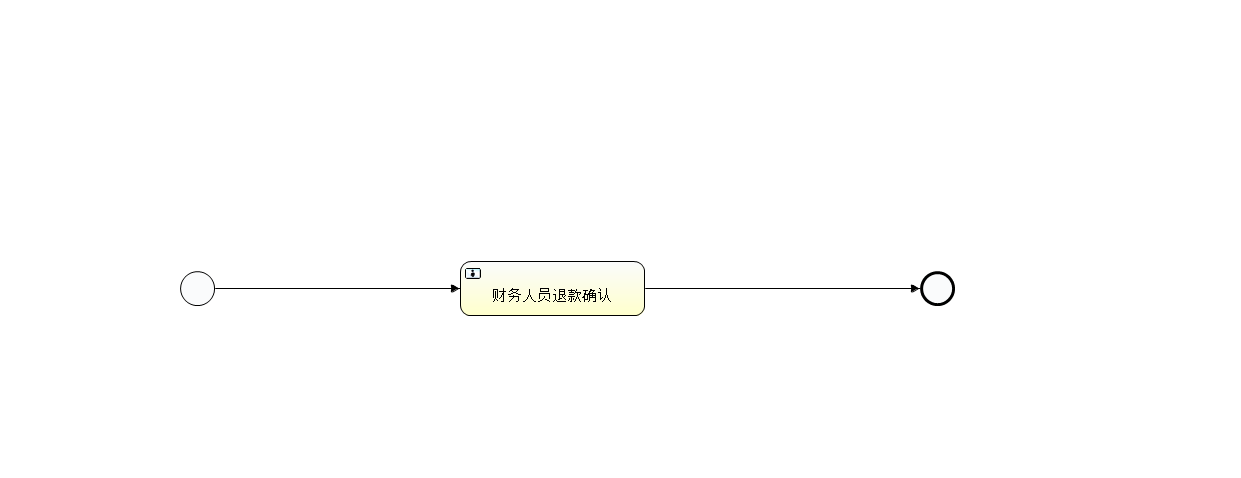
glorydom/ApiTemplate keeps this BPMN diagram as server/src/main/resources/workflow/MeetingRefund.png. Above is the earlier version. Its source is kept beside it as server/src/main/resources/workflow/MeetingRefund.bpmn. Ids are renumbered. Its diagram source:
```xml
<definitions xmlns="http://www.omg.org/spec/BPMN/20100524/MODEL" xmlns:xsi="http://www.w3.org/2001/XMLSchema-instance" xmlns:activiti="http://activiti.org/bpmn" xmlns:bpmndi="http://www.omg.org/spec/BPMN/20100524/DI" xmlns:omgdc="http://www.omg.org/spec/DD/20100524/DC" xmlns:omgdi="http://www.omg.org/spec/DD/20100524/DI" typeLanguage="http://www.w3.org/2001/XMLSchema" expressionLanguage="http://www.w3.org/1999/XPath" targetNamespace="http://www.activiti.org/test">
  <process id="MeetingRefund" name="退款流程" isExecutable="true">
    <startEvent id="startevent1" name="Start"></startEvent>
    <userTask id="usertask2" name="财务人员退款确认">
      <extensionElements>
        <activiti:taskListener event="create" class="com.huiyi.meeting.activiti.TaskAssigneeListener"></activiti:taskListener>
      </extensionElements>
    </userTask>
    <endEvent id="endevent1" name="End"></endEvent>
    <sequenceFlow id="flow3" sourceRef="usertask2" targetRef="endevent1"></sequenceFlow>
    <sequenceFlow id="flow4" sourceRef="startevent1" targetRef="usertask2"></sequenceFlow>
  </process>
  <bpmndi:BPMNDiagram id="BPMNDiagram_MeetingRefund">
    <bpmndi:BPMNPlane bpmnElement="MeetingRefund" id="BPMNPlane_MeetingRefund">
      <bpmndi:BPMNShape bpmnElement="startevent1" id="BPMNShape_startevent1">
        <omgdc:Bounds height="35.0" width="35.0" x="180.0" y="271.0"></omgdc:Bounds>
      </bpmndi:BPMNShape>
      <bpmndi:BPMNShape bpmnElement="usertask2" id="BPMNShape_usertask2">
        <omgdc:Bounds height="55.0" width="185.0" x="460.0" y="261.0"></omgdc:Bounds>
      </bpmndi:BPMNShape>
      <bpmndi:BPMNShape bpmnElement="endevent1" id="BPMNShape_endevent1">
        <omgdc:Bounds height="35.0" width="35.0" x="920.0" y="271.0"></omgdc:Bounds>
      </bpmndi:BPMNShape>
      <bpmndi:BPMNEdge bpmnElement="flow3" id="BPMNEdge_flow3">
        <omgdi:waypoint x="645.0" y="288.0"></omgdi:waypoint>
        <omgdi:waypoint x="920.0" y="288.0"></omgdi:waypoint>
      </bpmndi:BPMNEdge>
      <bpmndi:BPMNEdge bpmnElement="flow4" id="BPMNEdge_flow4">
        <omgdi:waypoint x="215.0" y="288.0"></omgdi:waypoint>
        <omgdi:waypoint x="460.0" y="288.0"></omgdi:waypoint>
      </bpmndi:BPMNEdge>
    </bpmndi:BPMNPlane>
  </bpmndi:BPMNDiagram>
</definitions>
```
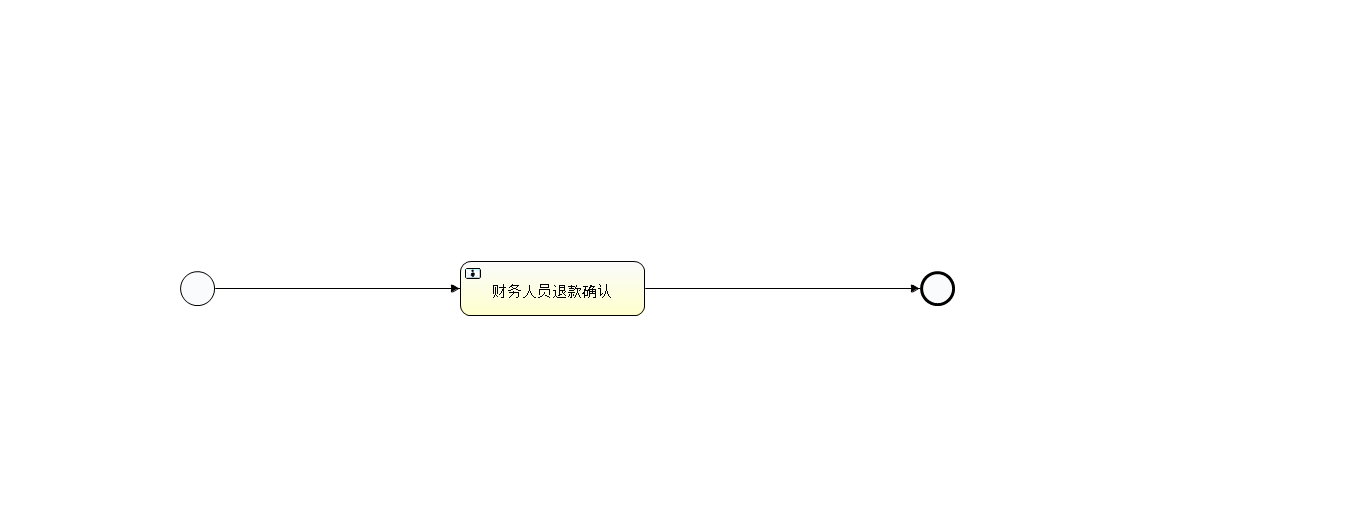
Later version of the same file.

What changed in the source:
```diff
@@ -1,7 +1,7 @@
 <definitions xmlns="http://www.omg.org/spec/BPMN/20100524/MODEL" xmlns:xsi="http://www.w3.org/2001/XMLSchema-instance" xmlns:activiti="http://activiti.org/bpmn" xmlns:bpmndi="http://www.omg.org/spec/BPMN/20100524/DI" xmlns:omgdc="http://www.omg.org/spec/DD/20100524/DC" xmlns:omgdi="http://www.omg.org/spec/DD/20100524/DI" typeLanguage="http://www.w3.org/2001/XMLSchema" expressionLanguage="http://www.w3.org/1999/XPath" targetNamespace="http://www.activiti.org/test">
   <process id="MeetingRefund" name="退款流程" isExecutable="true">
     <startEvent id="startevent1" name="Start"></startEvent>
-    <userTask id="usertask2" name="财务人员退款确认">
+    <userTask id="usertask2" name="财务人员退款确认" activiti:formKey="refundInfoConfirmByAccountant">
       <extensionElements>
         <activiti:taskListener event="create" class="com.huiyi.meeting.activiti.TaskAssigneeListener"></activiti:taskListener>
       </extensionElements>
```
